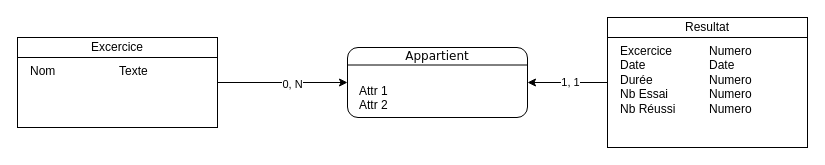
This is models/mcd_results.drawio from oawh79dgaw/projet_dbpy, a draw.io file, before an edit. Source tidied: cells renumbered, new cells numbered last; positions are measured from the earlier drawing's top-left corner, leaving out a move shared by most shapes. Both pictures are drawn from the tidied source at 100%, with x=0, y=0 at pixel (17, 17).
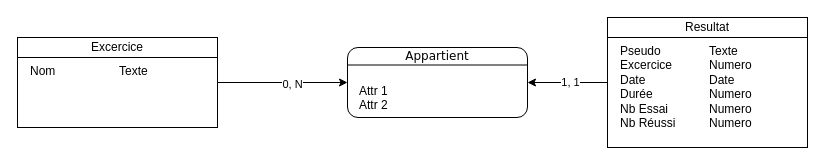
After the change.

Commit message (it also covers changes not shown here):
Added username value to results table in the models

Change to the diagram source:
```diff
@@
 <mxGraphModel background="#ffffff">
   <root>
     <mxCell id="0" />
     <mxCell id="1" parent="0" />
     <mxCell id="2" style="edgeStyle=orthogonalEdgeStyle;rounded=0;jettySize=auto;html=1;exitX=0;exitY=0.5;exitDx=0;exitDy=0;entryX=1;entryY=0.5;entryDx=0;entryDy=0;strokeColor=#000000;" parent="1" edge="1" source="4" target="14">
       <mxGeometry relative="1" as="geometry" />
     </mxCell>
     <mxCell id="3" value="1, 1" style="edgeLabel;html=1;align=center;verticalAlign=middle;" parent="2" vertex="1">
       <mxGeometry x="-0.05" y="-1" relative="1" as="geometry" />
     </mxCell>
     <mxCell id="4" value="&lt;div style=&quot;box-sizing: border-box ; width: 100% ; padding: 2px&quot;&gt;&lt;br&gt;&lt;/div&gt;" style="verticalAlign=top;align=center;overflow=fill;html=1;rounded=0;shadow=0;comic=0;labelBackgroundColor=none;strokeColor=#000000;strokeWidth=1;fillColor=#ffffff;fontFamily=Verdana;fontSize=12;fontColor=#000000;" parent="1" vertex="1">
       <mxGeometry x="590" width="200" height="130" as="geometry" />
     </mxCell>
     <mxCell id="5" value="Resultat" style="rounded=0;whiteSpace=wrap;html=1;" parent="1" vertex="1">
       <mxGeometry x="590" width="200" height="20" as="geometry" />
     </mxCell>
-    <mxCell id="6" value="&lt;div&gt;&lt;span style=&quot;color: rgb(0, 0, 0); background-color: transparent;&quot;&gt;Excercice&lt;/span&gt;&lt;/div&gt;&lt;div&gt;&lt;font style=&quot;color: rgb(0, 0, 0);&quot;&gt;Date&lt;/font&gt;&lt;/div&gt;&lt;div&gt;&lt;font style=&quot;color: rgb(0, 0, 0);&quot;&gt;Durée&lt;/font&gt;&lt;/div&gt;&lt;div&gt;&lt;font style=&quot;color: rgb(0, 0, 0);&quot;&gt;Nb Essai&lt;/font&gt;&lt;/div&gt;&lt;div&gt;&lt;font style=&quot;color: rgb(0, 0, 0);&quot;&gt;Nb Réussi&lt;/font&gt;&lt;/div&gt;" style="text;html=1;strokeColor=none;fillColor=none;align=left;verticalAlign=top;whiteSpace=wrap;rounded=0;" parent="1" vertex="1">
+    <mxCell id="6" value="&lt;div&gt;&lt;span style=&quot;color: rgb(0, 0, 0); background-color: transparent;&quot;&gt;Pseudo&lt;/span&gt;&lt;/div&gt;&lt;div&gt;&lt;span style=&quot;color: rgb(0, 0, 0); background-color: transparent;&quot;&gt;Excercice&lt;/span&gt;&lt;/div&gt;&lt;div&gt;&lt;font style=&quot;color: rgb(0, 0, 0);&quot;&gt;Date&lt;/font&gt;&lt;/div&gt;&lt;div&gt;&lt;font style=&quot;color: rgb(0, 0, 0);&quot;&gt;Durée&lt;/font&gt;&lt;/div&gt;&lt;div&gt;&lt;font style=&quot;color: rgb(0, 0, 0);&quot;&gt;Nb Essai&lt;/font&gt;&lt;/div&gt;&lt;div&gt;&lt;font style=&quot;color: rgb(0, 0, 0);&quot;&gt;Nb Réussi&lt;/font&gt;&lt;/div&gt;" style="text;html=1;strokeColor=none;fillColor=none;align=left;verticalAlign=top;whiteSpace=wrap;rounded=0;" parent="1" vertex="1">
       <mxGeometry x="601" y="20" width="90" height="90" as="geometry" />
     </mxCell>
-    <mxCell id="7" value="&lt;span style=&quot;color: rgb(0, 0, 0); background-color: transparent;&quot;&gt;Numero&lt;/span&gt;&lt;div&gt;&lt;font color=&quot;#000000&quot;&gt;Date&lt;/font&gt;&lt;/div&gt;&lt;div&gt;&lt;font color=&quot;#000000&quot;&gt;Numero&lt;/font&gt;&lt;/div&gt;&lt;div&gt;&lt;font color=&quot;#000000&quot;&gt;Numero&lt;/font&gt;&lt;/div&gt;&lt;div&gt;&lt;font color=&quot;#000000&quot;&gt;Numero&lt;/font&gt;&lt;/div&gt;" style="text;html=1;strokeColor=none;fillColor=none;align=left;verticalAlign=top;whiteSpace=wrap;rounded=0;" parent="1" vertex="1">
+    <mxCell id="7" value="&lt;div&gt;&lt;span style=&quot;color: rgb(0, 0, 0); background-color: transparent;&quot;&gt;Texte&lt;/span&gt;&lt;/div&gt;&lt;span style=&quot;color: rgb(0, 0, 0); background-color: transparent;&quot;&gt;Numero&lt;/span&gt;&lt;div&gt;&lt;font color=&quot;#000000&quot;&gt;Date&lt;/font&gt;&lt;/div&gt;&lt;div&gt;&lt;font color=&quot;#000000&quot;&gt;Numero&lt;/font&gt;&lt;/div&gt;&lt;div&gt;&lt;font color=&quot;#000000&quot;&gt;Numero&lt;/font&gt;&lt;/div&gt;&lt;div&gt;&lt;font color=&quot;#000000&quot;&gt;Numero&lt;/font&gt;&lt;/div&gt;" style="text;html=1;strokeColor=none;fillColor=none;align=left;verticalAlign=top;whiteSpace=wrap;rounded=0;" parent="1" vertex="1">
       <mxGeometry x="690" y="20" width="100" height="100" as="geometry" />
     </mxCell>
     <mxCell id="8" value="&lt;div style=&quot;box-sizing: border-box ; width: 100% ; padding: 2px&quot;&gt;&lt;br&gt;&lt;/div&gt;" style="verticalAlign=top;align=center;overflow=fill;html=1;rounded=0;shadow=0;comic=0;labelBackgroundColor=none;strokeColor=#000000;strokeWidth=1;fillColor=#ffffff;fontFamily=Verdana;fontSize=12;fontColor=#000000;" parent="1" vertex="1">
       <mxGeometry y="20" width="200" height="90" as="geometry" />
     </mxCell>
     <mxCell id="9" value="Excercice" style="rounded=0;whiteSpace=wrap;html=1;" parent="1" vertex="1">
       <mxGeometry y="20" width="200" height="20" as="geometry" />
     </mxCell>
     <mxCell id="10" value="&lt;font style=&quot;color: rgb(0, 0, 0);&quot;&gt;Nom&lt;/font&gt;" style="text;html=1;strokeColor=none;fillColor=none;align=left;verticalAlign=top;whiteSpace=wrap;rounded=0;" parent="1" vertex="1">
       <mxGeometry x="11" y="40" width="90" height="60" as="geometry" />
     </mxCell>
     <mxCell id="11" style="edgeStyle=orthogonalEdgeStyle;rounded=0;jettySize=auto;html=1;exitX=1;exitY=0.5;exitDx=0;exitDy=0;entryX=0;entryY=0.5;entryDx=0;entryDy=0;strokeColor=#000000;" parent="1" edge="1" source="13" target="14">
       <mxGeometry relative="1" as="geometry" />
     </mxCell>
     <mxCell id="12" value="0, N" style="edgeLabel;html=1;align=center;verticalAlign=middle;" parent="11" vertex="1">
       <mxGeometry x="0.14" y="-1" relative="1" as="geometry" />
     </mxCell>
     <mxCell id="13" value="&lt;font color=&quot;#000000&quot;&gt;Texte&lt;/font&gt;" style="text;html=1;strokeColor=none;fillColor=none;align=left;verticalAlign=top;whiteSpace=wrap;rounded=0;" parent="1" vertex="1">
       <mxGeometry x="100" y="40" width="100" height="50" as="geometry" />
     </mxCell>
     <mxCell id="14" value="&lt;div style=&quot;box-sizing: border-box ; width: 100% ; padding: 2px&quot;&gt;&lt;font style=&quot;color: rgb(0, 0, 0);&quot;&gt;Appartient&lt;/font&gt;&lt;/div&gt;" style="verticalAlign=top;align=center;overflow=fill;html=1;rounded=1;shadow=0;comic=0;labelBackgroundColor=none;strokeColor=#000000;strokeWidth=1;fillColor=#ffffff;fontFamily=Verdana;fontSize=12;fontColor=#000000;" parent="1" vertex="1">
       <mxGeometry x="330" y="30" width="180" height="70" as="geometry" />
     </mxCell>
     <mxCell id="15" value="Attr 1&lt;br&gt;Attr 2" style="text;html=1;strokeColor=none;fillColor=none;align=left;verticalAlign=top;whiteSpace=wrap;rounded=0;" parent="1" vertex="1">
       <mxGeometry x="340" y="60" width="90" height="20" as="geometry" />
     </mxCell>
     <mxCell id="16" style="endArrow=none;html=1;entryX=1;entryY=0.25;entryDx=0;entryDy=0;exitX=0;exitY=0.25;exitDx=0;exitDy=0;" parent="1" edge="1" source="14" target="14">
       <mxGeometry relative="1" as="geometry" />
     </mxCell>
   </root>
 </mxGraphModel>
```
